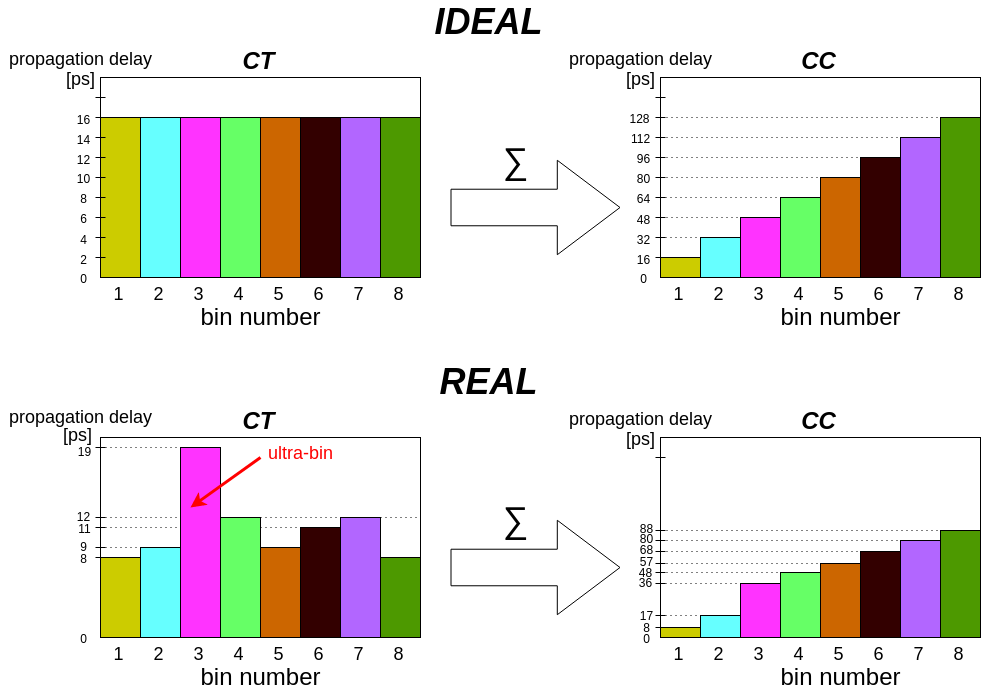
Earlier version of the draw.io export 2.State-of-the-Art/images/CTCC.png (mconsonni96/Tesi). Source tidied: cells renumbered, new cells last; positions are measured from the earlier drawing's top-left corner, leaving out a move shared by most shapes.
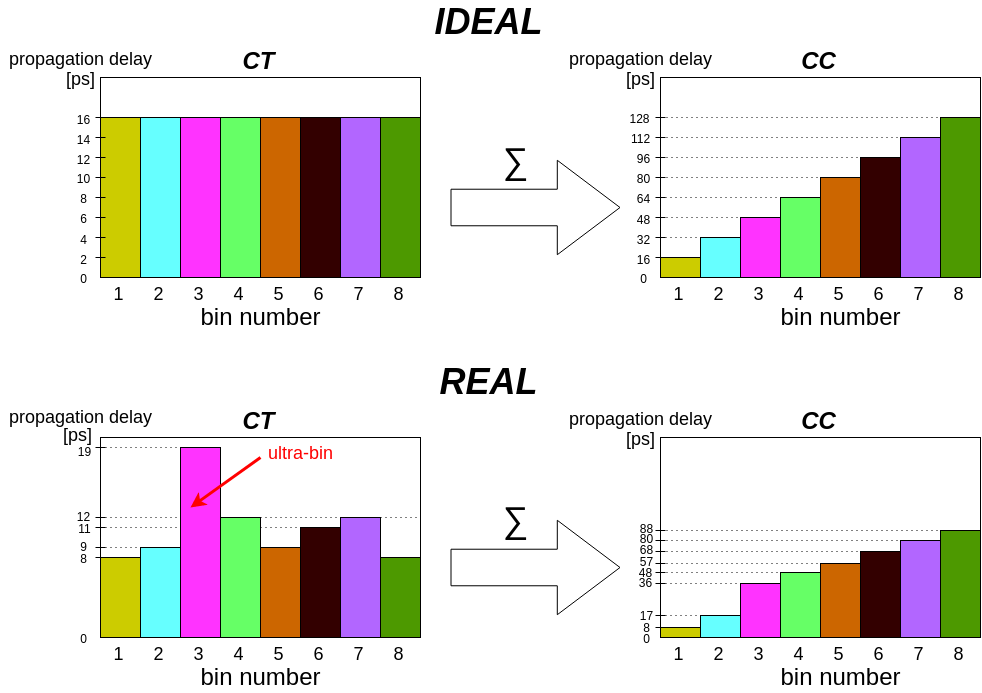
Later version of the same file.

Change to the diagram source:
```diff
@@ -149,12 +149,6 @@
         <mxPoint x="105" y="111" as="targetPoint" />
       </mxGeometry>
     </mxCell>
-    <mxCell id="42" style="endArrow=none;html=1;fontSize=24;fontColor=#000000;" parent="1" edge="1">
-      <mxGeometry relative="1" as="geometry">
-        <mxPoint x="95" y="91" as="sourcePoint" />
-        <mxPoint x="105" y="91" as="targetPoint" />
-      </mxGeometry>
-    </mxCell>
     <mxCell id="43" style="endArrow=none;html=1;fontSize=24;fontColor=#000000;" parent="1" edge="1">
       <mxGeometry relative="1" as="geometry">
         <mxPoint x="655" y="251" as="sourcePoint" />
@@ -203,12 +197,6 @@
         <mxPoint x="665" y="111" as="targetPoint" />
       </mxGeometry>
     </mxCell>
-    <mxCell id="51" style="endArrow=none;html=1;fontSize=24;fontColor=#000000;" parent="1" edge="1">
-      <mxGeometry relative="1" as="geometry">
-        <mxPoint x="655" y="91" as="sourcePoint" />
-        <mxPoint x="665" y="91" as="targetPoint" />
-      </mxGeometry>
-    </mxCell>
     <mxCell id="52" value="&lt;font style=&quot;font-size: 12px&quot;&gt;16&lt;/font&gt;" style="text;html=1;align=center;verticalAlign=middle;fillColor=none;strokeColor=none;rounded=0;fontSize=24;fontColor=#000000;" parent="1" vertex="1">
       <mxGeometry x="68" y="90" width="30" height="40" as="geometry" />
     </mxCell>
@@ -464,12 +452,6 @@
         <mxPoint x="105" y="441" as="targetPoint" />
       </mxGeometry>
     </mxCell>
-    <mxCell id="125" style="endArrow=none;html=1;fontSize=24;fontColor=#000000;" parent="1" edge="1">
-      <mxGeometry relative="1" as="geometry">
-        <mxPoint x="655" y="451" as="sourcePoint" />
-        <mxPoint x="665" y="451" as="targetPoint" />
-      </mxGeometry>
-    </mxCell>
     <mxCell id="126" value="&lt;font color=&quot;#000000&quot; style=&quot;font-size: 18px&quot;&gt;propagation delay&lt;/font&gt;" style="text;html=1;align=center;verticalAlign=middle;fillColor=none;strokeColor=none;rounded=0;dashed=1;fontSize=24;" parent="1" vertex="1">
       <mxGeometry y="389" width="160" height="40" as="geometry" />
     </mxCell>
```
